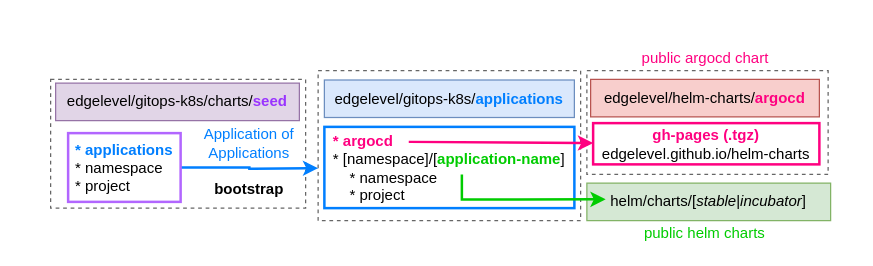
Before: page "charts" (3 of 3) of docs/img/gitops-k8s.drawio in edgelevel/gitops-k8s, a draw.io diagram. Source tidied: cells renumbered, new cells numbered last; positions are measured from the earlier drawing's top-left corner, leaving out a move shared by most shapes. Both pictures are drawn from the tidied source at 125%, with x=0, y=0 at pixel (50, 45).
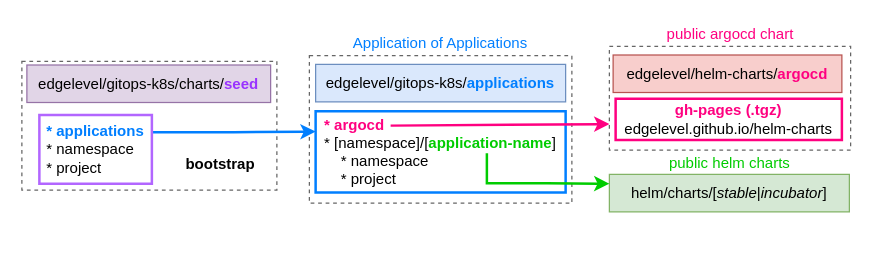
After the change.

Diff of the diagram source:
```diff
@@
     <mxCell id="2" style="rounded=0;whiteSpace=wrap;html=1;dashed=1;strokeColor=#666666;strokeWidth=1;fillColor=none;" parent="1" vertex="1">
-      <mxGeometry x="429" y="20" width="193" height="83" as="geometry" />
+      <mxGeometry x="447" y="0.5" width="193" height="83" as="geometry" />
     </mxCell>
     <mxCell id="3" style="rounded=0;whiteSpace=wrap;html=1;dashed=1;strokeColor=#666666;strokeWidth=1;fillColor=none;" parent="1" vertex="1">
-      <mxGeometry x="214" y="20" width="210" height="120" as="geometry" />
+      <mxGeometry x="207" y="8" width="210" height="118" as="geometry" />
     </mxCell>
     <mxCell id="4" style="rounded=0;whiteSpace=wrap;html=1;strokeColor=#666666;strokeWidth=1;fillColor=none;dashed=1;" parent="1" vertex="1">
-      <mxGeometry y="27" width="204" height="103" as="geometry" />
+      <mxGeometry x="-23" y="12.5" width="204" height="103" as="geometry" />
     </mxCell>
     <mxCell id="5" value="edgelevel/helm-charts/&lt;font color=&quot;#ff0080&quot;&gt;&lt;b&gt;argocd&lt;/b&gt;&lt;/font&gt;" style="rounded=0;whiteSpace=wrap;html=1;fillColor=#f8cecc;strokeColor=#b85450;" parent="1" vertex="1">
-      <mxGeometry x="432" y="27" width="183" height="30" as="geometry" />
+      <mxGeometry x="450" y="7.5" width="183" height="30" as="geometry" />
     </mxCell>
     <mxCell id="6" value="edgelevel/gitops-k8s/&lt;font color=&quot;#007fff&quot;&gt;&lt;b&gt;applications&lt;/b&gt;&lt;/font&gt;" style="rounded=0;whiteSpace=wrap;html=1;fillColor=#dae8fc;strokeColor=#6c8ebf;" parent="1" vertex="1">
-      <mxGeometry x="219" y="27.5" width="200" height="30" as="geometry" />
+      <mxGeometry x="212" y="15" width="200" height="30" as="geometry" />
     </mxCell>
     <mxCell id="7" value="edgelevel/gitops-k8s/charts/&lt;b&gt;&lt;font color=&quot;#9933ff&quot;&gt;seed&lt;/font&gt;&lt;/b&gt;" style="rounded=0;whiteSpace=wrap;html=1;fillColor=#e1d5e7;strokeColor=#9673a6;" parent="1" vertex="1">
-      <mxGeometry x="4" y="30" width="195" height="30" as="geometry" />
+      <mxGeometry x="-19" y="15.5" width="195" height="30" as="geometry" />
     </mxCell>
-    <mxCell id="8" style="edgeStyle=orthogonalEdgeStyle;rounded=0;jumpSize=1;jettySize=auto;html=1;exitX=1;exitY=0.5;exitDx=0;exitDy=0;strokeColor=#007FFF;strokeWidth=2;" parent="1" edge="1" source="9">
-      <mxGeometry relative="1" as="geometry">
-        <mxPoint x="214" y="98" as="targetPoint" />
-      </mxGeometry>
-    </mxCell>
+    <mxCell id="19" style="edgeStyle=orthogonalEdgeStyle;rounded=0;jumpSize=2;jettySize=auto;html=1;exitX=1;exitY=0.25;exitDx=0;exitDy=0;entryX=0;entryY=0.25;entryDx=0;entryDy=0;strokeColor=#007FFF;strokeWidth=2;" parent="1" edge="1" source="9" target="10">
+      <mxGeometry relative="1" as="geometry" />
+    </mxCell>
     <mxCell id="9" value="&lt;div style=&quot;text-align: left&quot;&gt;&lt;b style=&quot;color: rgb(0 , 127 , 255)&quot;&gt;* applications&lt;/b&gt;&lt;br&gt;&lt;/div&gt;&lt;div style=&quot;text-align: left&quot;&gt;&lt;span&gt;* namespace&lt;/span&gt;&lt;/div&gt;&lt;div style=&quot;text-align: left&quot;&gt;&lt;span&gt;* project&lt;/span&gt;&lt;/div&gt;" style="text;html=1;strokeColor=#B266FF;fillColor=none;align=center;verticalAlign=middle;whiteSpace=wrap;rounded=0;strokeWidth=2;" parent="1" vertex="1">
-      <mxGeometry x="14" y="70" width="90" height="55" as="geometry" />
+      <mxGeometry x="-9" y="55.5" width="90" height="55" as="geometry" />
     </mxCell>
     <mxCell id="10" value="&lt;div style=&quot;text-align: left&quot;&gt;&lt;font color=&quot;#ff0080&quot;&gt;&lt;b&gt;&lt;span&gt;* argocd&lt;/span&gt;&lt;/b&gt;&lt;/font&gt;&lt;/div&gt;&lt;div style=&quot;text-align: left&quot;&gt;* [namespace]/[&lt;font color=&quot;#00cc00&quot;&gt;&lt;b&gt;application-name&lt;/b&gt;&lt;/font&gt;]&lt;/div&gt;&lt;div style=&quot;text-align: left&quot;&gt;&lt;span&gt;&amp;nbsp; &amp;nbsp; * namespace&lt;/span&gt;&lt;/div&gt;&lt;div style=&quot;text-align: left&quot;&gt;&lt;span&gt;&amp;nbsp; &amp;nbsp; * project&lt;/span&gt;&lt;/div&gt;" style="text;html=1;strokeColor=#007FFF;fillColor=none;align=center;verticalAlign=middle;whiteSpace=wrap;rounded=0;strokeWidth=2;" parent="1" vertex="1">
-      <mxGeometry x="219" y="65" width="200" height="65" as="geometry" />
+      <mxGeometry x="212" y="52.5" width="200" height="65" as="geometry" />
     </mxCell>
     <mxCell id="11" value="helm/charts/[&lt;i&gt;stable&lt;/i&gt;|&lt;i&gt;incubator&lt;/i&gt;]" style="rounded=0;whiteSpace=wrap;html=1;fillColor=#d5e8d4;strokeColor=#82b366;" parent="1" vertex="1">
-      <mxGeometry x="429" y="110" width="195" height="30" as="geometry" />
+      <mxGeometry x="447" y="103" width="192" height="30" as="geometry" />
     </mxCell>
     <mxCell id="12" value="&lt;span&gt;&lt;font color=&quot;#ff0080&quot;&gt;&lt;b&gt;gh-pages (.tgz)&lt;br&gt;&lt;/b&gt;&lt;/font&gt;edgelevel.github.io/helm-charts&lt;/span&gt;" style="rounded=0;whiteSpace=wrap;html=1;strokeColor=#FF0080;strokeWidth=2;" parent="1" vertex="1">
-      <mxGeometry x="434" y="62" width="181" height="33" as="geometry" />
+      <mxGeometry x="452" y="42.5" width="181" height="33" as="geometry" />
     </mxCell>
     <mxCell id="13" value="&lt;font color=&quot;#007fff&quot;&gt;Application of Applications&lt;/font&gt;" style="text;html=1;strokeColor=none;fillColor=none;align=center;verticalAlign=middle;whiteSpace=wrap;rounded=0;" parent="1" vertex="1">
-      <mxGeometry x="104" y="63" width="110" height="30" as="geometry" />
+      <mxGeometry x="227" y="-12.5" width="170" height="20" as="geometry" />
     </mxCell>
     <mxCell id="14" value="&lt;font color=&quot;#00cc00&quot;&gt;public helm charts&lt;/font&gt;" style="text;html=1;strokeColor=none;fillColor=none;align=center;verticalAlign=middle;whiteSpace=wrap;rounded=0;" parent="1" vertex="1">
-      <mxGeometry x="471" y="140" width="105" height="20" as="geometry" />
+      <mxGeometry x="491" y="83.5" width="105" height="20" as="geometry" />
     </mxCell>
     <mxCell id="15" value="&lt;font color=&quot;#ff0080&quot;&gt;public argocd chart&lt;/font&gt;" style="text;html=1;strokeColor=none;fillColor=none;align=center;verticalAlign=middle;whiteSpace=wrap;rounded=0;" parent="1" vertex="1">
-      <mxGeometry x="463.5" width="120" height="20" as="geometry" />
+      <mxGeometry x="483.5" y="-19.5" width="120" height="20" as="geometry" />
     </mxCell>
     <mxCell id="16" value="&lt;b&gt;bootstrap&lt;/b&gt;" style="text;html=1;strokeColor=none;fillColor=none;align=center;verticalAlign=middle;whiteSpace=wrap;rounded=0;dashed=1;" parent="1" vertex="1">
-      <mxGeometry x="119" y="105" width="80" height="20" as="geometry" />
+      <mxGeometry x="96" y="85" width="80" height="20" as="geometry" />
     </mxCell>
-    <mxCell id="17" style="endArrow=classic;html=1;strokeColor=#FF0080;strokeWidth=2;" parent="1" edge="1" target="12">
-      <mxGeometry relative="1" as="geometry">
-        <mxPoint x="286.5" y="77" as="sourcePoint" />
-      </mxGeometry>
-    </mxCell>
-    <mxCell id="18" style="endArrow=classic;html=1;strokeColor=#00CC00;strokeWidth=2;rounded=0;entryX=0.077;entryY=0.433;entryDx=0;entryDy=0;entryPerimeter=0;jumpSize=2;" parent="1" edge="1" target="11">
-      <mxGeometry relative="1" as="geometry">
-        <mxPoint x="329" y="103" as="sourcePoint" />
-        <Array as="points">
-          <mxPoint x="329" y="123" />
-          <mxPoint x="374" y="123" />
-        </Array>
-      </mxGeometry>
-    </mxCell>
+    <mxCell id="20" style="endArrow=classic;html=1;strokeColor=#FF0080;strokeWidth=2;entryX=0;entryY=0.75;entryDx=0;entryDy=0;" parent="1" edge="1" target="2">
+      <mxGeometry relative="1" as="geometry">
+        <mxPoint x="272" y="64" as="sourcePoint" />
+      </mxGeometry>
+    </mxCell>
+    <mxCell id="21" style="endArrow=classic;html=1;strokeColor=#00CC00;strokeWidth=2;rounded=0;entryX=0;entryY=0.25;entryDx=0;entryDy=0;" parent="1" edge="1" target="11">
+      <mxGeometry relative="1" as="geometry">
+        <mxPoint x="349" y="86" as="sourcePoint" />
+        <Array as="points">
+          <mxPoint x="349" y="110" />
+          <mxPoint x="397" y="110" />
+        </Array>
+      </mxGeometry>
+    </mxCell>
```
